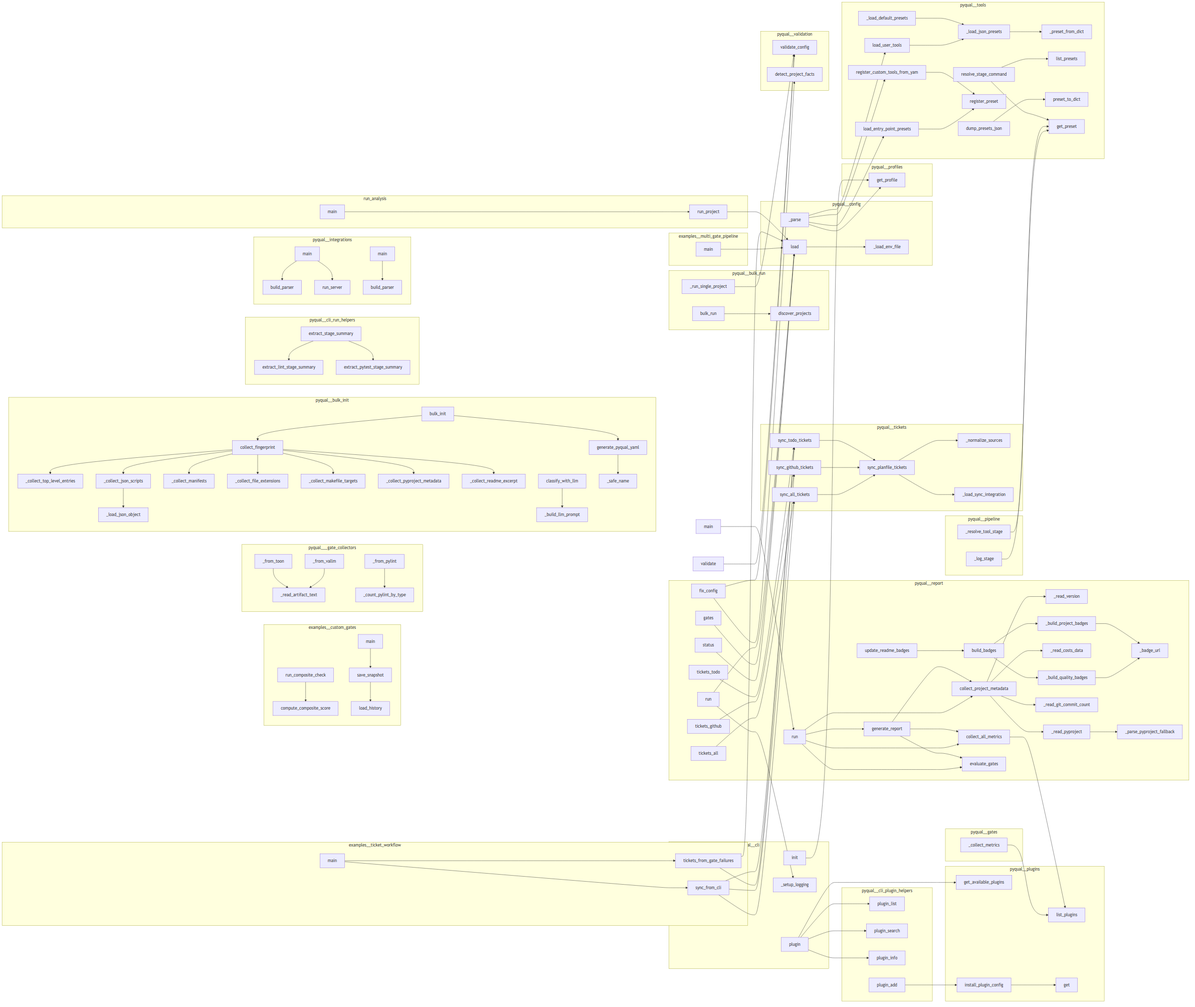
semcod/pyqual keeps this Mermaid diagram as project/calls.png. Above is the earlier version. Its source is kept beside it as project/calls.mmd.
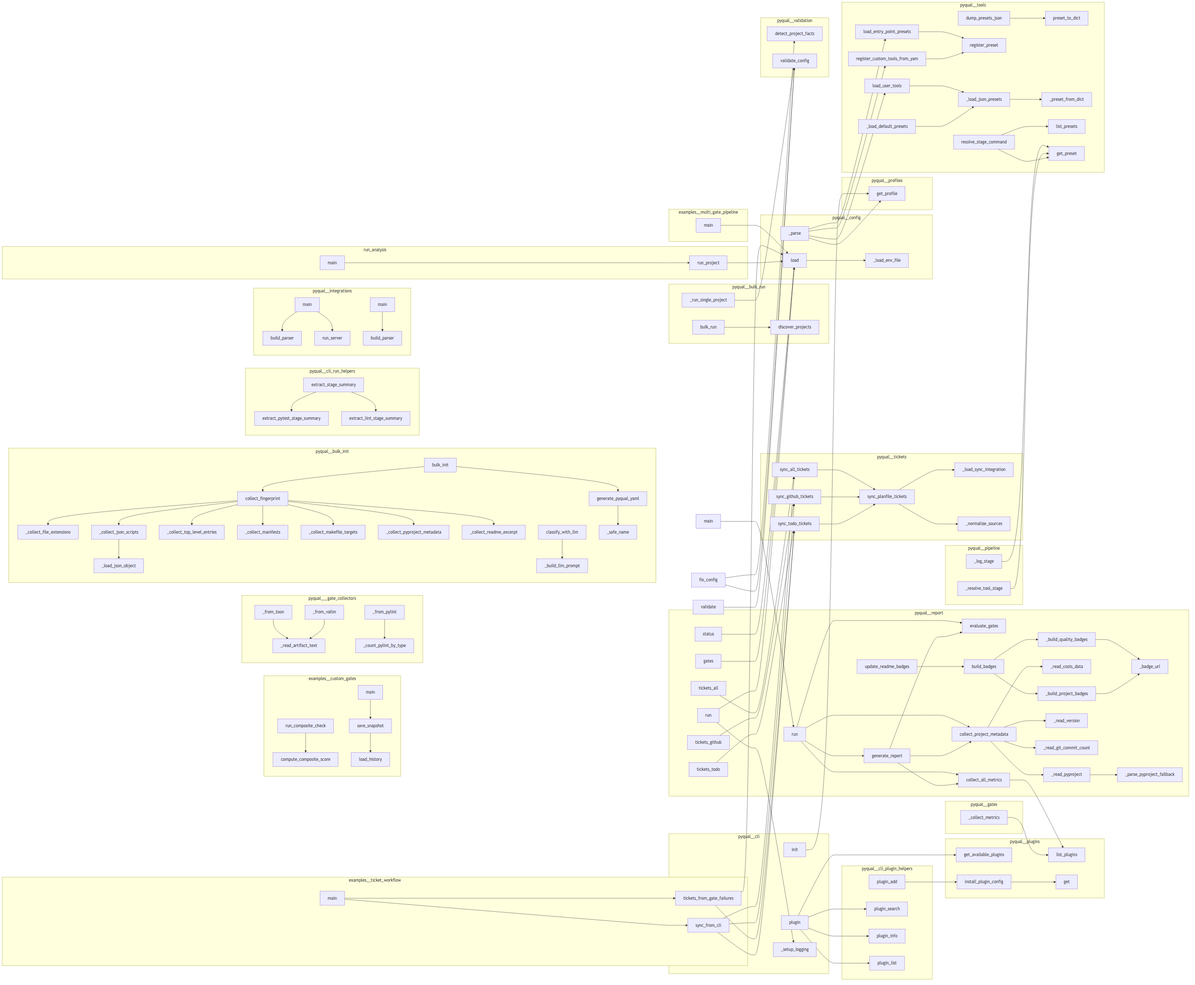
The same file after the commit.

Diff of the diagram source:
```diff
@@ -1,75 +1,75 @@
 flowchart LR
     subgraph examples__custom_gates
         examples__custom_gates__composite_gates__compute_composite_score["compute_composite_score"]
+        examples__custom_gates__metric_history__load_history["load_history"]
+        examples__custom_gates__metric_history__save_snapshot["save_snapshot"]
         examples__custom_gates__metric_history__main["main"]
         examples__custom_gates__composite_gates__run_composite_check["run_composite_check"]
-        examples__custom_gates__metric_history__load_history["load_history"]
-        examples__custom_gates__metric_history__save_snapshot["save_snapshot"]
     end
     subgraph examples__multi_gate_pipeline
         examples__multi_gate_pipeline__run_pipeline__main["main"]
     end
     subgraph examples__ticket_workflow
-        examples__ticket_workflow__sync_tickets__sync_from_cli["sync_from_cli"]
         examples__ticket_workflow__sync_tickets__main["main"]
         examples__ticket_workflow__sync_tickets__tickets_from_gate_failures["tickets_from_gate_failures"]
+        examples__ticket_workflow__sync_tickets__sync_from_cli["sync_from_cli"]
     end
     subgraph pyqual___gate_collectors
+        pyqual___gate_collectors___from_pylint["_from_pylint"]
+        pyqual___gate_collectors___from_vallm["_from_vallm"]
         pyqual___gate_collectors___from_toon["_from_toon"]
+        pyqual___gate_collectors___read_artifact_text["_read_artifact_text"]
         pyqual___gate_collectors___count_pylint_by_type["_count_pylint_by_type"]
-        pyqual___gate_collectors___from_vallm["_from_vallm"]
-        pyqual___gate_collectors___from_pylint["_from_pylint"]
-        pyqual___gate_collectors___read_artifact_text["_read_artifact_text"]
     end
     subgraph pyqual__bulk_init
+        pyqual__bulk_init___collect_file_extensions["_collect_file_extensions"]
+        pyqual__bulk_init__collect_fingerprint["collect_fingerprint"]
+        pyqual__bulk_init___build_llm_prompt["_build_llm_prompt"]
+        pyqual__bulk_init__classify_with_llm["classify_with_llm"]
+        pyqual__bulk_init___load_json_object["_load_json_object"]
+        pyqual__bulk_init___collect_json_scripts["_collect_json_scripts"]
+        pyqual__bulk_init___collect_pyproject_metadata["_collect_pyproject_metadata"]
+        pyqual__bulk_init___collect_readme_excerpt["_collect_readme_excerpt"]
         pyqual__bulk_init___collect_top_level_entries["_collect_top_level_entries"]
-        pyqual__bulk_init___collect_pyproject_metadata["_collect_pyproject_metadata"]
-        pyqual__bulk_init___load_json_object["_load_json_object"]
         pyqual__bulk_init___collect_manifests["_collect_manifests"]
-        pyqual__bulk_init__collect_fingerprint["collect_fingerprint"]
-        pyqual__bulk_init__classify_with_llm["classify_with_llm"]
-        pyqual__bulk_init___build_llm_prompt["_build_llm_prompt"]
-        pyqual__bulk_init___collect_json_scripts["_collect_json_scripts"]
         pyqual__bulk_init__bulk_init["bulk_init"]
+        pyqual__bulk_init___collect_makefile_targets["_collect_makefile_targets"]
+        pyqual__bulk_init__generate_pyqual_yaml["generate_pyqual_yaml"]
         pyqual__bulk_init___safe_name["_safe_name"]
-        pyqual__bulk_init___collect_readme_excerpt["_collect_readme_excerpt"]
-        pyqual__bulk_init___collect_makefile_targets["_collect_makefile_targets"]
-        pyqual__bulk_init___collect_file_extensions["_collect_file_extensions"]
-        pyqual__bulk_init__generate_pyqual_yaml["generate_pyqual_yaml"]
     end
     subgraph pyqual__bulk_run
-        pyqual__bulk_run__bulk_run["bulk_run"]
         pyqual__bulk_run__discover_projects["discover_projects"]
         pyqual__bulk_run___run_single_project["_run_single_project"]
+        pyqual__bulk_run__bulk_run["bulk_run"]
     end
     subgraph pyqual__cli
-        pyqual__cli__status["status"]
-        pyqual__cli__tickets_github["tickets_github"]
         pyqual__cli__validate["validate"]
         pyqual__cli__gates["gates"]
+        pyqual__cli__tickets_todo["tickets_todo"]
+        pyqual__cli__tickets_github["tickets_github"]
+        pyqual__cli__run["run"]
         pyqual__cli__init["init"]
-        pyqual__cli__tickets_todo["tickets_todo"]
+        pyqual__cli__status["status"]
+        pyqual__cli__fix_config["fix_config"]
         pyqual__cli__tickets_all["tickets_all"]
+        pyqual__cli__plugin["plugin"]
         pyqual__cli___setup_logging["_setup_logging"]
-        pyqual__cli__plugin["plugin"]
-        pyqual__cli__fix_config["fix_config"]
-        pyqual__cli__run["run"]
     end
     subgraph pyqual__cli_plugin_helpers
-        pyqual__cli_plugin_helpers__plugin_list["plugin_list"]
+        pyqual__cli_plugin_helpers__plugin_add["plugin_add"]
         pyqual__cli_plugin_helpers__plugin_search["plugin_search"]
         pyqual__cli_plugin_helpers__plugin_info["plugin_info"]
-        pyqual__cli_plugin_helpers__plugin_add["plugin_add"]
+        pyqual__cli_plugin_helpers__plugin_list["plugin_list"]
     end
     subgraph pyqual__cli_run_helpers
-        pyqual__cli_run_helpers__extract_lint_stage_summary["extract_lint_stage_summary"]
         pyqual__cli_run_helpers__extract_pytest_stage_summary["extract_pytest_stage_summary"]
         pyqual__cli_run_helpers__extract_stage_summary["extract_stage_summary"]
+        pyqual__cli_run_helpers__extract_lint_stage_summary["extract_lint_stage_summary"]
     end
     subgraph pyqual__config
         pyqual__config__PyqualConfig___parse["_parse"]
+        pyqual__config___load_env_file["_load_env_file"]
         pyqual__config__PyqualConfig__load["load"]
-        pyqual__config___load_env_file["_load_env_file"]
     end
     subgraph pyqual__gates
         pyqual__gates__GateSet___collect_metrics["_collect_metrics"]
@@ -87,65 +87,65 @@
     end
     subgraph pyqual__plugins
         pyqual__plugins__PluginRegistry__list_plugins["list_plugins"]
+        pyqual__plugins__PluginRegistry__get["get"]
         pyqual__plugins__get_available_plugins["get_available_plugins"]
         pyqual__plugins__install_plugin_config["install_plugin_config"]
-        pyqual__plugins__PluginRegistry__get["get"]
     end
     subgraph pyqual__profiles
         pyqual__profiles__get_profile["get_profile"]
     end
     subgraph pyqual__report
+        pyqual__report___build_quality_badges["_build_quality_badges"]
+        pyqual__report__generate_report["generate_report"]
+        pyqual__report___read_costs_data["_read_costs_data"]
+        pyqual__report__evaluate_gates["evaluate_gates"]
+        pyqual__report__collect_project_metadata["collect_project_metadata"]
+        pyqual__report___build_project_badges["_build_project_badges"]
+        pyqual__report__update_readme_badges["update_readme_badges"]
         pyqual__report___read_version["_read_version"]
+        pyqual__report___read_git_commit_count["_read_git_commit_count"]
+        pyqual__report___read_pyproject["_read_pyproject"]
+        pyqual__report__build_badges["build_badges"]
+        pyqual__report__main["main"]
         pyqual__report__collect_all_metrics["collect_all_metrics"]
-        pyqual__report___build_project_badges["_build_project_badges"]
-        pyqual__report___read_costs_data["_read_costs_data"]
-        pyqual__report__build_badges["build_badges"]
-        pyqual__report__collect_project_metadata["collect_project_metadata"]
+        pyqual__report__run["run"]
         pyqual__report___badge_url["_badge_url"]
-        pyqual__report___read_pyproject["_read_pyproject"]
-        pyqual__report__main["main"]
-        pyqual__report__generate_report["generate_report"]
-        pyqual__report__run["run"]
         pyqual__report___parse_pyproject_fallback["_parse_pyproject_fallback"]
-        pyqual__report___read_git_commit_count["_read_git_commit_count"]
-        pyqual__report__update_readme_badges["update_readme_badges"]
-        pyqual__report__evaluate_gates["evaluate_gates"]
-        pyqual__report___build_quality_badges["_build_quality_badges"]
     end
     subgraph pyqual__tickets
+        pyqual__tickets__sync_github_tickets["sync_github_tickets"]
+        pyqual__tickets___load_sync_integration["_load_sync_integration"]
+        pyqual__tickets__sync_todo_tickets["sync_todo_tickets"]
+        pyqual__tickets__sync_all_tickets["sync_all_tickets"]
         pyqual__tickets___normalize_sources["_normalize_sources"]
-        pyqual__tickets___load_sync_integration["_load_sync_integration"]
-        pyqual__tickets__sync_github_tickets["sync_github_tickets"]
-        pyqual__tickets__sync_all_tickets["sync_all_tickets"]
-        pyqual__tickets__sync_todo_tickets["sync_todo_tickets"]
         pyqual__tickets__sync_planfile_tickets["sync_planfile_tickets"]
     end
     subgraph pyqual__tools
-        pyqual__tools__resolve_stage_command["resolve_stage_command"]
-        pyqual__tools__dump_presets_json["dump_presets_json"]
-        pyqual__tools___preset_from_dict["_preset_from_dict"]
+        pyqual__tools__register_custom_tools_from_yaml["register_custom_tools_from_yam"]
+        pyqual__tools___load_json_presets["_load_json_presets"]
         pyqual__tools__register_preset["register_preset"]
         pyqual__tools__load_user_tools["load_user_tools"]
-        pyqual__tools__list_presets["list_presets"]
         pyqual__tools__preset_to_dict["preset_to_dict"]
         pyqual__tools__load_entry_point_presets["load_entry_point_presets"]
-        pyqual__tools__register_custom_tools_from_yaml["register_custom_tools_from_yam"]
+        pyqual__tools___preset_from_dict["_preset_from_dict"]
         pyqual__tools___load_default_presets["_load_default_presets"]
-        pyqual__tools___load_json_presets["_load_json_presets"]
+        pyqual__tools__list_presets["list_presets"]
+        pyqual__tools__dump_presets_json["dump_presets_json"]
         pyqual__tools__get_preset["get_preset"]
+        pyqual__tools__resolve_stage_command["resolve_stage_command"]
     end
     subgraph pyqual__validation
+        pyqual__validation__detect_project_facts["detect_project_facts"]
         pyqual__validation__validate_config["validate_config"]
-        pyqual__validation__detect_project_facts["detect_project_facts"]
     end
     subgraph run_analysis
+        run_analysis__run_project["run_project"]
         run_analysis__main["main"]
-        run_analysis__run_project["run_project"]
     end
+    run_analysis__run_project --> pyqual__config__PyqualConfig__load
+    run_analysis__main --> run_analysis__run_project
     examples__custom_gates__metric_history__save_snapshot --> examples__custom_gates__metric_history__load_history
     examples__custom_gates__metric_history__main --> examples__custom_gates__metric_history__save_snapshot
-    run_analysis__run_project --> pyqual__config__PyqualConfig__load
-    run_analysis__main --> run_analysis__run_project
     examples__custom_gates__composite_gates__run_composite_check --> examples__custom_gates__composite_gates__compute_composite_score
     examples__ticket_workflow__sync_tickets__sync_from_cli --> pyqual__tickets__sync_github_tickets
     examples__ticket_workflow__sync_tickets__sync_from_cli --> pyqual__tickets__sync_all_tickets
@@ -155,6 +155,11 @@
     examples__ticket_workflow__sync_tickets__main --> examples__ticket_workflow__sync_tickets__sync_from_cli
     examples__ticket_workflow__sync_tickets__main --> examples__ticket_workflow__sync_tickets__tickets_from_gate_failures
     examples__multi_gate_pipeline__run_pipeline__main --> pyqual__config__PyqualConfig__load
+    pyqual__config__PyqualConfig__load --> pyqual__config___load_env_file
+    pyqual__config__PyqualConfig___parse --> pyqual__tools__load_entry_point_presets
+    pyqual__config__PyqualConfig___parse --> pyqual__tools__load_user_tools
+    pyqual__config__PyqualConfig___parse --> pyqual__tools__register_custom_tools_from_yaml
+    pyqual__config__PyqualConfig___parse --> pyqual__profiles__get_profile
     pyqual__plugins__install_plugin_config --> pyqual__plugins__PluginRegistry__get
     pyqual__tools___load_json_presets --> pyqual__tools___preset_from_dict
     pyqual__tools___load_default_presets --> pyqual__tools___load_json_presets
@@ -164,17 +169,12 @@
     pyqual__tools__load_entry_point_presets --> pyqual__tools__register_preset
     pyqual__tools__resolve_stage_command --> pyqual__tools__get_preset
     pyqual__tools__resolve_stage_command --> pyqual__tools__list_presets
-    pyqual__gates__GateSet___collect_metrics --> pyqual__plugins__PluginRegistry__list_plugins
-    pyqual__config__PyqualConfig__load --> pyqual__config___load_env_file
-    pyqual__config__PyqualConfig___parse --> pyqual__tools__load_entry_point_presets
-    pyqual__config__PyqualConfig___parse --> pyqual__tools__load_user_tools
-    pyqual__config__PyqualConfig___parse --> pyqual__tools__register_custom_tools_from_yaml
-    pyqual__config__PyqualConfig___parse --> pyqual__profiles__get_profile
     pyqual__tickets__sync_planfile_tickets --> pyqual__tickets___load_sync_integration
     pyqual__tickets__sync_planfile_tickets --> pyqual__tickets___normalize_sources
     pyqual__tickets__sync_todo_tickets --> pyqual__tickets__sync_planfile_tickets
     pyqual__tickets__sync_github_tickets --> pyqual__tickets__sync_planfile_tickets
     pyqual__tickets__sync_all_tickets --> pyqual__tickets__sync_planfile_tickets
+    pyqual__gates__GateSet___collect_metrics --> pyqual__plugins__PluginRegistry__list_plugins
     pyqual__cli__init --> pyqual__profiles__get_profile
     pyqual__cli__run --> pyqual__cli___setup_logging
     pyqual__cli__run --> pyqual__config__PyqualConfig__load
@@ -194,13 +194,6 @@
     pyqual___gate_collectors___from_toon --> pyqual___gate_collectors___read_artifact_text
     pyqual___gate_collectors___from_vallm --> pyqual___gate_collectors___read_artifact_text
     pyqual___gate_collectors___from_pylint --> pyqual___gate_collectors___count_pylint_by_type
-    pyqual__cli_run_helpers__extract_stage_summary --> pyqual__cli_run_helpers__extract_pytest_stage_summary
-    pyqual__cli_run_helpers__extract_stage_summary --> pyqual__cli_run_helpers__extract_lint_stage_summary
-    pyqual__bulk_run___run_single_project --> pyqual__validation__validate_config
-    pyqual__bulk_run__bulk_run --> pyqual__bulk_run__discover_projects
-    pyqual__integrations__llx_mcp_service__main --> pyqual__integrations__llx_mcp_service__build_parser
-    pyqual__integrations__llx_mcp_service__main --> pyqual__integrations__llx_mcp_service__run_server
-    pyqual__integrations__llx_mcp__main --> pyqual__integrations__llx_mcp__build_parser
     pyqual__bulk_init___collect_json_scripts --> pyqual__bulk_init___load_json_object
     pyqual__bulk_init__collect_fingerprint --> pyqual__bulk_init___collect_top_level_entries
     pyqual__bulk_init__collect_fingerprint --> pyqual__bulk_init___collect_manifests
@@ -213,6 +206,13 @@
     pyqual__bulk_init__generate_pyqual_yaml --> pyqual__bulk_init___safe_name
     pyqual__bulk_init__bulk_init --> pyqual__bulk_init__collect_fingerprint
     pyqual__bulk_init__bulk_init --> pyqual__bulk_init__generate_pyqual_yaml
+    pyqual__cli_run_helpers__extract_stage_summary --> pyqual__cli_run_helpers__extract_pytest_stage_summary
+    pyqual__cli_run_helpers__extract_stage_summary --> pyqual__cli_run_helpers__extract_lint_stage_summary
+    pyqual__bulk_run___run_single_project --> pyqual__validation__validate_config
+    pyqual__bulk_run__bulk_run --> pyqual__bulk_run__discover_projects
+    pyqual__integrations__llx_mcp_service__main --> pyqual__integrations__llx_mcp_service__build_parser
+    pyqual__integrations__llx_mcp_service__main --> pyqual__integrations__llx_mcp_service__run_server
+    pyqual__integrations__llx_mcp__main --> pyqual__integrations__llx_mcp__build_parser
     pyqual__report___read_pyproject --> pyqual__report___parse_pyproject_fallback
     pyqual__report__collect_project_metadata --> pyqual__report___read_pyproject
     pyqual__report__collect_project_metadata --> pyqual__report___read_version
```
